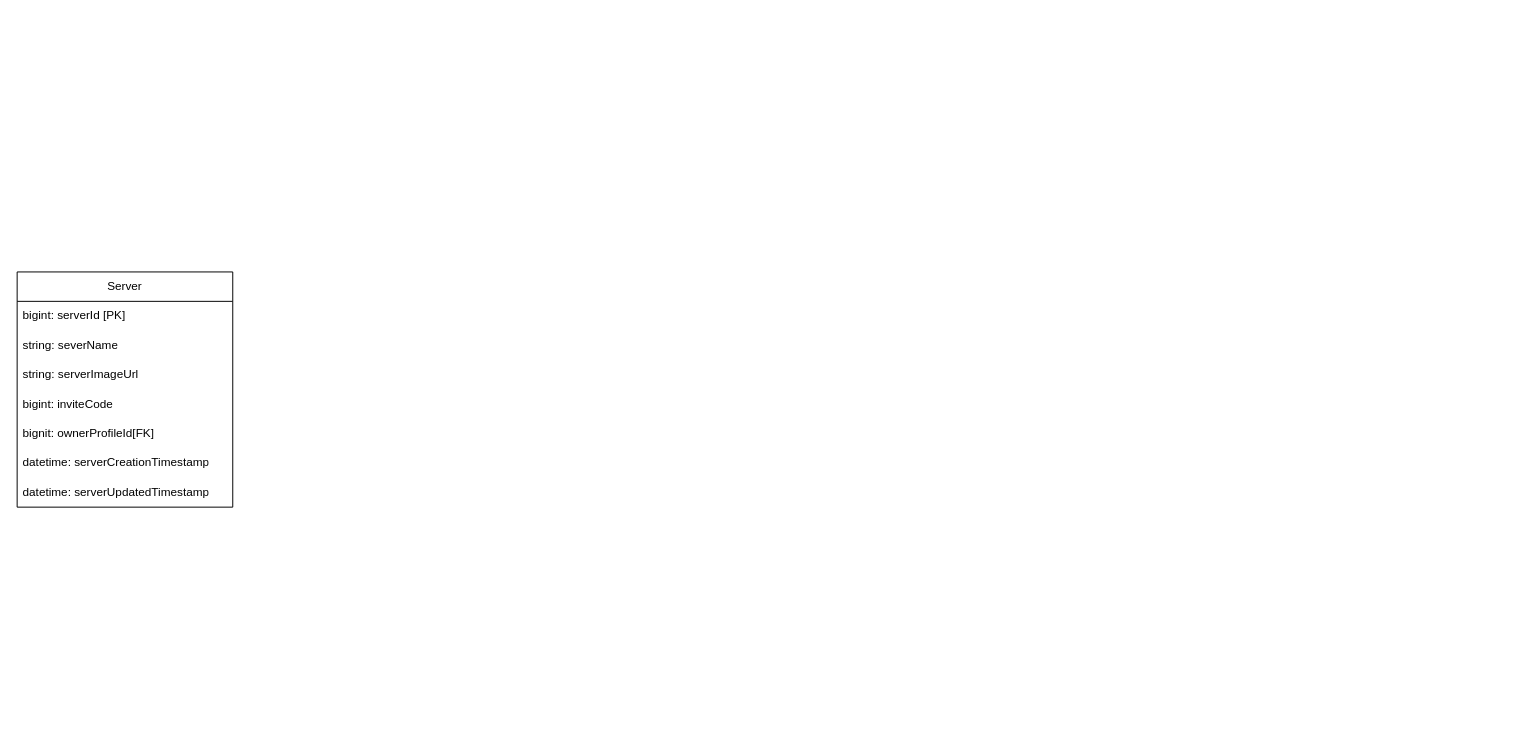
This is ER Diagram.drawio from Harshul1484/BMP-, a draw.io file, before an edit. Source tidied: cells renumbered, new cells numbered last; positions are measured from the earlier drawing's top-left corner, leaving out a move shared by most shapes. Both pictures are drawn from the tidied source at 98%, with x=0, y=0 at pixel (17, 271).
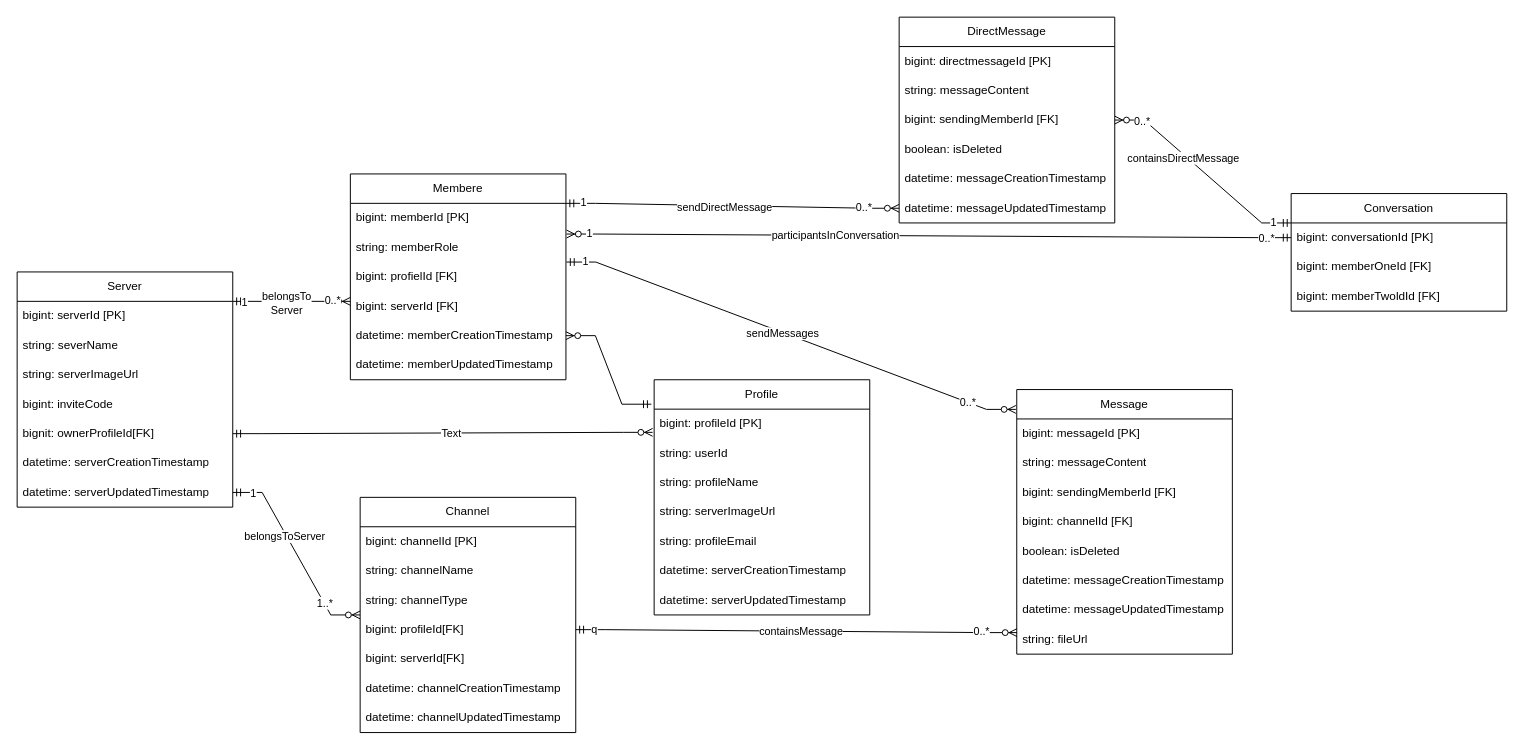
Above is the later version.

Unchanged cells that the change refers to:
```xml
<mxCell id="7" value="bignit: ownerProfileId[FK]" style="text;strokeColor=none;fillColor=none;align=left;verticalAlign=middle;spacingLeft=4;spacingRight=4;overflow=hidden;points=[[0,0.5],[1,0.5]];portConstraint=eastwest;whiteSpace=wrap;html=1;" parent="2" vertex="1">
  <mxGeometry y="150" width="220" height="30" as="geometry" />
</mxCell>
<mxCell id="9" value="datetime: serverUpdatedTimestamp" style="text;strokeColor=none;fillColor=none;align=left;verticalAlign=middle;spacingLeft=4;spacingRight=4;overflow=hidden;points=[[0,0.5],[1,0.5]];portConstraint=eastwest;whiteSpace=wrap;html=1;" parent="2" vertex="1">
  <mxGeometry y="210" width="220" height="30" as="geometry" />
</mxCell>
```

Change to the diagram source:
```diff
@@
+    <mxCell id="10" value="Profile" style="swimlane;fontStyle=0;horizontal=1;startSize=30;whiteSpace=wrap;html=1;" parent="1" vertex="1">
+      <mxGeometry x="650" y="110" width="220" height="240" as="geometry" />
+    </mxCell>
+    <mxCell id="11" value="bigint: profileId [PK]" style="text;strokeColor=none;fillColor=none;align=left;verticalAlign=middle;spacingLeft=4;spacingRight=4;overflow=hidden;points=[[0,0.5],[1,0.5]];portConstraint=eastwest;whiteSpace=wrap;html=1;" parent="10" vertex="1">
+      <mxGeometry y="30" width="220" height="30" as="geometry" />
+    </mxCell>
+    <mxCell id="12" value="string: userId" style="text;strokeColor=none;fillColor=none;align=left;verticalAlign=middle;spacingLeft=4;spacingRight=4;overflow=hidden;whiteSpace=wrap;html=1;" parent="10" vertex="1">
+      <mxGeometry y="60" width="220" height="30" as="geometry" />
+    </mxCell>
+    <mxCell id="13" value="string: profileName" style="text;strokeColor=none;fillColor=none;align=left;verticalAlign=middle;spacingLeft=4;spacingRight=4;overflow=hidden;whiteSpace=wrap;html=1;" parent="10" vertex="1">
+      <mxGeometry y="90" width="220" height="30" as="geometry" />
+    </mxCell>
+    <mxCell id="14" value="string: serverImageUrl" style="text;strokeColor=none;fillColor=none;align=left;verticalAlign=middle;spacingLeft=4;spacingRight=4;overflow=hidden;whiteSpace=wrap;html=1;" parent="10" vertex="1">
+      <mxGeometry y="120" width="220" height="30" as="geometry" />
+    </mxCell>
+    <mxCell id="15" value="string: profileEmail" style="text;strokeColor=none;fillColor=none;align=left;verticalAlign=middle;spacingLeft=4;spacingRight=4;overflow=hidden;whiteSpace=wrap;html=1;" parent="10" vertex="1">
+      <mxGeometry y="150" width="220" height="30" as="geometry" />
+    </mxCell>
+    <mxCell id="16" value="datetime: serverCreationTimestamp" style="text;strokeColor=none;fillColor=none;align=left;verticalAlign=middle;spacingLeft=4;spacingRight=4;overflow=hidden;whiteSpace=wrap;html=1;" parent="10" vertex="1">
+      <mxGeometry y="180" width="220" height="30" as="geometry" />
+    </mxCell>
+    <mxCell id="17" value="datetime: serverUpdatedTimestamp" style="text;strokeColor=none;fillColor=none;align=left;verticalAlign=middle;spacingLeft=4;spacingRight=4;overflow=hidden;whiteSpace=wrap;html=1;" parent="10" vertex="1">
+      <mxGeometry y="210" width="220" height="30" as="geometry" />
+    </mxCell>
+    <mxCell id="18" value="Channel" style="swimlane;fontStyle=0;horizontal=1;startSize=30;whiteSpace=wrap;html=1;" parent="1" vertex="1">
+      <mxGeometry x="350" y="230" width="220" height="240" as="geometry" />
+    </mxCell>
+    <mxCell id="19" value="bigint: channelId [PK]" style="text;strokeColor=none;fillColor=none;align=left;verticalAlign=middle;spacingLeft=4;spacingRight=4;overflow=hidden;whiteSpace=wrap;html=1;" parent="18" vertex="1">
+      <mxGeometry y="30" width="220" height="30" as="geometry" />
+    </mxCell>
+    <mxCell id="20" value="string: channelName" style="text;strokeColor=none;fillColor=none;align=left;verticalAlign=middle;spacingLeft=4;spacingRight=4;overflow=hidden;whiteSpace=wrap;html=1;" parent="18" vertex="1">
+      <mxGeometry y="60" width="220" height="30" as="geometry" />
+    </mxCell>
+    <mxCell id="21" value="string: channelType" style="text;strokeColor=none;fillColor=none;align=left;verticalAlign=middle;spacingLeft=4;spacingRight=4;overflow=hidden;whiteSpace=wrap;html=1;" parent="18" vertex="1">
+      <mxGeometry y="90" width="220" height="30" as="geometry" />
+    </mxCell>
+    <mxCell id="22" value="bigint: profileId[FK]" style="text;strokeColor=none;fillColor=none;align=left;verticalAlign=middle;spacingLeft=4;spacingRight=4;overflow=hidden;points=[[0,0.5],[1,0.5]];portConstraint=eastwest;whiteSpace=wrap;html=1;" parent="18" vertex="1">
+      <mxGeometry y="120" width="220" height="30" as="geometry" />
+    </mxCell>
+    <mxCell id="23" value="bigint: serverId[FK]" style="text;strokeColor=none;fillColor=none;align=left;verticalAlign=middle;spacingLeft=4;spacingRight=4;overflow=hidden;whiteSpace=wrap;html=1;" parent="18" vertex="1">
+      <mxGeometry y="150" width="220" height="30" as="geometry" />
+    </mxCell>
+    <mxCell id="24" value="datetime: channelCreationTimestamp" style="text;strokeColor=none;fillColor=none;align=left;verticalAlign=middle;spacingLeft=4;spacingRight=4;overflow=hidden;whiteSpace=wrap;html=1;" parent="18" vertex="1">
+      <mxGeometry y="180" width="220" height="30" as="geometry" />
+    </mxCell>
+    <mxCell id="25" value="datetime: channelUpdatedTimestamp" style="text;strokeColor=none;fillColor=none;align=left;verticalAlign=middle;spacingLeft=4;spacingRight=4;overflow=hidden;whiteSpace=wrap;html=1;" parent="18" vertex="1">
+      <mxGeometry y="210" width="220" height="30" as="geometry" />
+    </mxCell>
+    <mxCell id="26" value="Membere" style="swimlane;fontStyle=0;horizontal=1;startSize=30;whiteSpace=wrap;html=1;" parent="1" vertex="1">
+      <mxGeometry x="340" y="-100" width="220" height="210" as="geometry" />
+    </mxCell>
+    <mxCell id="27" value="bigint: memberId [PK]" style="text;strokeColor=none;fillColor=none;align=left;verticalAlign=middle;spacingLeft=4;spacingRight=4;overflow=hidden;whiteSpace=wrap;html=1;" parent="26" vertex="1">
+      <mxGeometry y="30" width="220" height="30" as="geometry" />
+    </mxCell>
+    <mxCell id="28" value="string: memberRole" style="text;strokeColor=none;fillColor=none;align=left;verticalAlign=middle;spacingLeft=4;spacingRight=4;overflow=hidden;points=[[0,0.5],[1,0.5]];portConstraint=eastwest;whiteSpace=wrap;html=1;" parent="26" vertex="1">
+      <mxGeometry y="60" width="220" height="30" as="geometry" />
+    </mxCell>
+    <mxCell id="29" value="bigint: profielId [FK]" style="text;strokeColor=none;fillColor=none;align=left;verticalAlign=middle;spacingLeft=4;spacingRight=4;overflow=hidden;points=[[0,0.5],[1,0.5]];portConstraint=eastwest;whiteSpace=wrap;html=1;" parent="26" vertex="1">
+      <mxGeometry y="90" width="220" height="30" as="geometry" />
+    </mxCell>
+    <mxCell id="30" value="bigint: serverId [FK]" style="text;strokeColor=none;fillColor=none;align=left;verticalAlign=middle;spacingLeft=4;spacingRight=4;overflow=hidden;whiteSpace=wrap;html=1;" parent="26" vertex="1">
+      <mxGeometry y="120" width="220" height="30" as="geometry" />
+    </mxCell>
+    <mxCell id="31" value="datetime: memberCreationTimestamp" style="text;strokeColor=none;fillColor=none;align=left;verticalAlign=middle;spacingLeft=4;spacingRight=4;overflow=hidden;points=[[0,0.5],[1,0.5]];portConstraint=eastwest;whiteSpace=wrap;html=1;" parent="26" vertex="1">
+      <mxGeometry y="150" width="220" height="30" as="geometry" />
+    </mxCell>
+    <mxCell id="32" value="datetime: memberUpdatedTimestamp" style="text;strokeColor=none;fillColor=none;align=left;verticalAlign=middle;spacingLeft=4;spacingRight=4;overflow=hidden;whiteSpace=wrap;html=1;" parent="26" vertex="1">
+      <mxGeometry y="180" width="220" height="30" as="geometry" />
+    </mxCell>
+    <mxCell id="33" value="Message" style="swimlane;fontStyle=0;horizontal=1;startSize=30;whiteSpace=wrap;html=1;" parent="1" vertex="1">
+      <mxGeometry x="1020" y="120" width="220" height="270" as="geometry" />
+    </mxCell>
+    <mxCell id="34" value="bigint: messageId [PK]" style="text;strokeColor=none;fillColor=none;align=left;verticalAlign=middle;spacingLeft=4;spacingRight=4;overflow=hidden;whiteSpace=wrap;html=1;" parent="33" vertex="1">
+      <mxGeometry y="30" width="220" height="30" as="geometry" />
+    </mxCell>
+    <mxCell id="35" value="string: messageContent" style="text;strokeColor=none;fillColor=none;align=left;verticalAlign=middle;spacingLeft=4;spacingRight=4;overflow=hidden;whiteSpace=wrap;html=1;" parent="33" vertex="1">
+      <mxGeometry y="60" width="220" height="30" as="geometry" />
+    </mxCell>
+    <mxCell id="36" value="bigint: sendingMemberId [FK]" style="text;strokeColor=none;fillColor=none;align=left;verticalAlign=middle;spacingLeft=4;spacingRight=4;overflow=hidden;whiteSpace=wrap;html=1;" parent="33" vertex="1">
+      <mxGeometry y="90" width="220" height="30" as="geometry" />
+    </mxCell>
+    <mxCell id="37" value="bigint: channelId [FK]" style="text;strokeColor=none;fillColor=none;align=left;verticalAlign=middle;spacingLeft=4;spacingRight=4;overflow=hidden;whiteSpace=wrap;html=1;" parent="33" vertex="1">
+      <mxGeometry y="120" width="220" height="30" as="geometry" />
+    </mxCell>
+    <mxCell id="38" value="boolean: isDeleted" style="text;strokeColor=none;fillColor=none;align=left;verticalAlign=middle;spacingLeft=4;spacingRight=4;overflow=hidden;whiteSpace=wrap;html=1;" parent="33" vertex="1">
+      <mxGeometry y="150" width="220" height="30" as="geometry" />
+    </mxCell>
+    <mxCell id="39" value="datetime: messageCreationTimestamp" style="text;strokeColor=none;fillColor=none;align=left;verticalAlign=middle;spacingLeft=4;spacingRight=4;overflow=hidden;whiteSpace=wrap;html=1;" parent="33" vertex="1">
+      <mxGeometry y="180" width="220" height="30" as="geometry" />
+    </mxCell>
+    <mxCell id="40" value="datetime: messageUpdatedTimestamp" style="text;strokeColor=none;fillColor=none;align=left;verticalAlign=middle;spacingLeft=4;spacingRight=4;overflow=hidden;whiteSpace=wrap;html=1;" parent="33" vertex="1">
+      <mxGeometry y="210" width="220" height="30" as="geometry" />
+    </mxCell>
+    <mxCell id="41" value="string: fileUrl" style="text;strokeColor=none;fillColor=none;align=left;verticalAlign=middle;spacingLeft=4;spacingRight=4;overflow=hidden;points=[[0,0.5],[1,0.5]];portConstraint=eastwest;whiteSpace=wrap;html=1;" parent="33" vertex="1">
+      <mxGeometry y="240" width="220" height="30" as="geometry" />
+    </mxCell>
+    <mxCell id="42" value="Conversation" style="swimlane;fontStyle=0;horizontal=1;startSize=30;whiteSpace=wrap;html=1;" parent="1" vertex="1">
+      <mxGeometry x="1300" y="-80" width="220" height="120" as="geometry" />
+    </mxCell>
+    <mxCell id="43" value="bigint: conversationId [PK]" style="text;strokeColor=none;fillColor=none;align=left;verticalAlign=middle;spacingLeft=4;spacingRight=4;overflow=hidden;points=[[0,0.5],[1,0.5]];portConstraint=eastwest;whiteSpace=wrap;html=1;" parent="42" vertex="1">
+      <mxGeometry y="30" width="220" height="30" as="geometry" />
+    </mxCell>
+    <mxCell id="44" value="bigint: memberOneId [FK]" style="text;strokeColor=none;fillColor=none;align=left;verticalAlign=middle;spacingLeft=4;spacingRight=4;overflow=hidden;whiteSpace=wrap;html=1;" parent="42" vertex="1">
+      <mxGeometry y="60" width="220" height="30" as="geometry" />
+    </mxCell>
+    <mxCell id="45" value="bigint: memberTwoldId [FK]" style="text;strokeColor=none;fillColor=none;align=left;verticalAlign=middle;spacingLeft=4;spacingRight=4;overflow=hidden;whiteSpace=wrap;html=1;" parent="42" vertex="1">
+      <mxGeometry y="90" width="220" height="30" as="geometry" />
+    </mxCell>
+    <mxCell id="46" style="edgeStyle=entityRelationEdgeStyle;fontSize=12;html=1;endArrow=ERzeroToMany;startArrow=ERmandOne;rounded=0;entryX=0.001;entryY=0.267;entryDx=0;entryDy=0;entryPerimeter=0;exitX=1;exitY=0.5;exitDx=0;exitDy=0;" parent="1" edge="1" source="22" target="41">
+      <mxGeometry relative="1" as="geometry">
+        <Array as="points">
+          <mxPoint x="570" y="450" />
+          <mxPoint x="580" y="490" />
+        </Array>
+      </mxGeometry>
+    </mxCell>
+    <mxCell id="47" value="containsMessage" style="edgeLabel;html=1;align=center;verticalAlign=middle;" parent="46" vertex="1">
+      <mxGeometry x="0.02" relative="1" as="geometry" />
+    </mxCell>
+    <mxCell id="48" value="q" style="edgeLabel;html=1;align=center;verticalAlign=middle;" parent="46" vertex="1">
+      <mxGeometry x="-0.92" y="1" relative="1" as="geometry" />
+    </mxCell>
+    <mxCell id="49" value="0..*" style="edgeLabel;html=1;align=center;verticalAlign=middle;" parent="46" vertex="1">
+      <mxGeometry x="0.84" y="1" relative="1" as="geometry" />
+    </mxCell>
+    <mxCell id="50" style="edgeStyle=entityRelationEdgeStyle;fontSize=12;html=1;endArrow=ERzeroToMany;startArrow=ERmandOne;rounded=0;exitX=1;exitY=0.5;exitDx=0;exitDy=0;" parent="1" edge="1" source="9">
+      <mxGeometry relative="1" as="geometry">
+        <mxPoint x="350" y="350" as="targetPoint" />
+        <Array as="points">
+          <mxPoint x="250" y="260" />
+          <mxPoint x="260" y="300" />
+        </Array>
+      </mxGeometry>
+    </mxCell>
+    <mxCell id="51" value="belongsToServer" style="edgeLabel;html=1;align=center;verticalAlign=middle;" parent="50" vertex="1">
+      <mxGeometry x="-0.21" y="-2" relative="1" as="geometry" />
+    </mxCell>
+    <mxCell id="52" value="1..*" style="edgeLabel;html=1;align=center;verticalAlign=middle;" parent="50" vertex="1">
+      <mxGeometry x="0.56" relative="1" as="geometry" />
+    </mxCell>
+    <mxCell id="53" value="1" style="edgeLabel;html=1;align=center;verticalAlign=middle;" parent="50" vertex="1">
+      <mxGeometry x="-0.8" relative="1" as="geometry" />
+    </mxCell>
+    <mxCell id="54" style="edgeStyle=entityRelationEdgeStyle;fontSize=12;html=1;endArrow=ERzeroToMany;startArrow=ERmandOne;rounded=0;" parent="1" edge="1">
+      <mxGeometry relative="1" as="geometry">
+        <mxPoint x="220" y="30" as="sourcePoint" />
+        <mxPoint x="340" y="30" as="targetPoint" />
+        <Array as="points">
+          <mxPoint x="250" y="60" />
+          <mxPoint x="290" y="-70" />
+          <mxPoint x="260" y="100" />
+        </Array>
+      </mxGeometry>
+    </mxCell>
+    <mxCell id="55" value="belongsTo&lt;div&gt;Server&lt;/div&gt;" style="edgeLabel;html=1;align=center;verticalAlign=middle;" parent="54" vertex="1">
+      <mxGeometry x="-0.1" y="-1" relative="1" as="geometry" />
+    </mxCell>
+    <mxCell id="56" value="1" style="edgeLabel;html=1;align=center;verticalAlign=middle;" parent="54" vertex="1">
+      <mxGeometry x="-0.81" relative="1" as="geometry" />
+    </mxCell>
+    <mxCell id="57" value="0..*" style="edgeLabel;html=1;align=center;verticalAlign=middle;" parent="54" vertex="1">
+      <mxGeometry x="0.69" y="2" relative="1" as="geometry" />
+    </mxCell>
+    <mxCell id="58" style="edgeStyle=entityRelationEdgeStyle;fontSize=12;html=1;endArrow=ERzeroToMany;startArrow=ERmandOne;rounded=0;entryX=-0.007;entryY=0.789;entryDx=0;entryDy=0;entryPerimeter=0;exitX=1;exitY=0.5;exitDx=0;exitDy=0;" parent="1" edge="1" source="7" target="11">
+      <mxGeometry relative="1" as="geometry">
+        <Array as="points">
+          <mxPoint x="270" y="174" />
+          <mxPoint x="250" y="194" />
+          <mxPoint x="400" y="264" />
+          <mxPoint x="400" y="264" />
+          <mxPoint x="390" y="284" />
+          <mxPoint x="260" y="234" />
+        </Array>
+      </mxGeometry>
+    </mxCell>
+    <mxCell id="59" value="Text" style="edgeLabel;html=1;align=center;verticalAlign=middle;" parent="58" vertex="1">
+      <mxGeometry x="0.04" relative="1" as="geometry" />
+    </mxCell>
+    <mxCell id="60" style="edgeStyle=entityRelationEdgeStyle;fontSize=12;html=1;endArrow=ERzeroToMany;startArrow=ERmandOne;rounded=0;entryX=-0.004;entryY=0.075;entryDx=0;entryDy=0;entryPerimeter=0;exitX=1.002;exitY=-0.003;exitDx=0;exitDy=0;exitPerimeter=0;" parent="1" edge="1" source="29" target="33">
+      <mxGeometry relative="1" as="geometry">
+        <Array as="points">
+          <mxPoint x="900" y="110" />
+          <mxPoint x="910" y="150" />
+          <mxPoint x="990" y="180" />
+        </Array>
+      </mxGeometry>
+    </mxCell>
+    <mxCell id="61" value="1" style="edgeLabel;html=1;align=center;verticalAlign=middle;" parent="60" vertex="1">
+      <mxGeometry x="-0.92" y="1" relative="1" as="geometry" />
+    </mxCell>
+    <mxCell id="62" value="sendMessages" style="edgeLabel;html=1;align=center;verticalAlign=middle;" parent="60" vertex="1">
+      <mxGeometry x="-0.04" y="-1" relative="1" as="geometry" />
+    </mxCell>
+    <mxCell id="63" value="0..*" style="edgeLabel;html=1;align=center;verticalAlign=middle;" parent="60" vertex="1">
+      <mxGeometry x="0.79" relative="1" as="geometry" />
+    </mxCell>
+    <mxCell id="64" style="edgeStyle=entityRelationEdgeStyle;fontSize=12;html=1;endArrow=ERzeroToMany;startArrow=ERmandOne;rounded=0;entryX=1;entryY=0.5;entryDx=0;entryDy=0;exitX=-0.013;exitY=0.104;exitDx=0;exitDy=0;exitPerimeter=0;" parent="1" edge="1" source="10" target="31">
+      <mxGeometry relative="1" as="geometry">
+        <Array as="points">
+          <mxPoint x="490" y="120" />
+          <mxPoint x="-170" y="-230" />
+          <mxPoint x="500" y="160" />
+        </Array>
+      </mxGeometry>
+    </mxCell>
+    <mxCell id="65" style="edgeStyle=entityRelationEdgeStyle;fontSize=12;html=1;endArrow=ERzeroToMany;startArrow=ERmandOne;rounded=0;exitX=0;exitY=0.5;exitDx=0;exitDy=0;entryX=1.003;entryY=0.044;entryDx=0;entryDy=0;entryPerimeter=0;" parent="1" edge="1" source="43" target="28">
+      <mxGeometry relative="1" as="geometry">
+        <Array as="points">
+          <mxPoint x="560" y="45" />
+          <mxPoint x="920" y="30" />
+          <mxPoint x="1110" y="30" />
+          <mxPoint x="570" y="85" />
+        </Array>
+      </mxGeometry>
+    </mxCell>
+    <mxCell id="66" value="participantsInConversation" style="edgeLabel;html=1;align=center;verticalAlign=middle;" parent="65" vertex="1">
+      <mxGeometry x="0.26" relative="1" as="geometry" />
+    </mxCell>
+    <mxCell id="67" value="1" style="edgeLabel;html=1;align=center;verticalAlign=middle;" parent="65" vertex="1">
+      <mxGeometry x="0.94" y="-1" relative="1" as="geometry" />
+    </mxCell>
+    <mxCell id="68" value="0..*" style="edgeLabel;html=1;align=center;verticalAlign=middle;" parent="65" vertex="1">
+      <mxGeometry x="-0.93" relative="1" as="geometry" />
+    </mxCell>
+    <mxCell id="69" value="DirectMessage" style="swimlane;fontStyle=0;horizontal=1;startSize=30;whiteSpace=wrap;html=1;" parent="1" vertex="1">
+      <mxGeometry x="900" y="-260" width="220" height="210" as="geometry" />
+    </mxCell>
+    <mxCell id="70" value="bigint: directmessageId [PK]" style="text;strokeColor=none;fillColor=none;align=left;verticalAlign=middle;spacingLeft=4;spacingRight=4;overflow=hidden;whiteSpace=wrap;html=1;" parent="69" vertex="1">
+      <mxGeometry y="30" width="220" height="30" as="geometry" />
+    </mxCell>
+    <mxCell id="71" value="string: messageContent" style="text;strokeColor=none;fillColor=none;align=left;verticalAlign=middle;spacingLeft=4;spacingRight=4;overflow=hidden;whiteSpace=wrap;html=1;" parent="69" vertex="1">
+      <mxGeometry y="60" width="220" height="30" as="geometry" />
+    </mxCell>
+    <mxCell id="72" value="bigint: sendingMemberId [FK]" style="text;strokeColor=none;fillColor=none;align=left;verticalAlign=middle;spacingLeft=4;spacingRight=4;overflow=hidden;points=[[0,0.5],[1,0.5]];portConstraint=eastwest;whiteSpace=wrap;html=1;" parent="69" vertex="1">
+      <mxGeometry y="90" width="220" height="30" as="geometry" />
+    </mxCell>
+    <mxCell id="73" value="boolean: isDeleted" style="text;strokeColor=none;fillColor=none;align=left;verticalAlign=middle;spacingLeft=4;spacingRight=4;overflow=hidden;whiteSpace=wrap;html=1;" parent="69" vertex="1">
+      <mxGeometry y="120" width="220" height="30" as="geometry" />
+    </mxCell>
+    <mxCell id="74" value="datetime: messageCreationTimestamp" style="text;strokeColor=none;fillColor=none;align=left;verticalAlign=middle;spacingLeft=4;spacingRight=4;overflow=hidden;whiteSpace=wrap;html=1;" parent="69" vertex="1">
+      <mxGeometry y="150" width="220" height="30" as="geometry" />
+    </mxCell>
+    <mxCell id="75" value="datetime: messageUpdatedTimestamp" style="text;strokeColor=none;fillColor=none;align=left;verticalAlign=middle;spacingLeft=4;spacingRight=4;overflow=hidden;points=[[0,0.5],[1,0.5]];portConstraint=eastwest;whiteSpace=wrap;html=1;" parent="69" vertex="1">
+      <mxGeometry y="180" width="220" height="30" as="geometry" />
+    </mxCell>
+    <mxCell id="76" style="edgeStyle=entityRelationEdgeStyle;fontSize=12;html=1;endArrow=ERzeroToMany;startArrow=ERmandOne;rounded=0;exitX=0;exitY=0.25;exitDx=0;exitDy=0;entryX=1;entryY=0.5;entryDx=0;entryDy=0;" parent="1" edge="1" source="42" target="72">
+      <mxGeometry relative="1" as="geometry">
+        <Array as="points">
+          <mxPoint x="1190" y="-115" />
+          <mxPoint x="1200" y="-75" />
+        </Array>
+      </mxGeometry>
+    </mxCell>
+    <mxCell id="77" value="containsDirectMessage" style="edgeLabel;html=1;align=center;verticalAlign=middle;" parent="76" vertex="1">
+      <mxGeometry x="0.22" y="3" relative="1" as="geometry" />
+    </mxCell>
+    <mxCell id="78" value="0..*" style="edgeLabel;html=1;align=center;verticalAlign=middle;" parent="76" vertex="1">
+      <mxGeometry x="0.75" y="1" relative="1" as="geometry" />
+    </mxCell>
+    <mxCell id="79" value="1" style="edgeLabel;html=1;align=center;verticalAlign=middle;" parent="76" vertex="1">
+      <mxGeometry x="-0.83" y="-1" relative="1" as="geometry" />
+    </mxCell>
+    <mxCell id="80" style="edgeStyle=entityRelationEdgeStyle;fontSize=12;html=1;endArrow=ERzeroToMany;startArrow=ERmandOne;rounded=0;entryX=0;entryY=0.5;entryDx=0;entryDy=0;" parent="1" edge="1" target="75">
+      <mxGeometry relative="1" as="geometry">
+        <mxPoint x="560" y="-70" as="sourcePoint" />
+        <Array as="points">
+          <mxPoint x="560" y="-40" />
+          <mxPoint x="570" />
+        </Array>
+      </mxGeometry>
+    </mxCell>
+    <mxCell id="81" value="sendDirectMessage" style="edgeLabel;html=1;align=center;verticalAlign=middle;" parent="80" vertex="1">
+      <mxGeometry x="-0.05" y="-1" relative="1" as="geometry" />
+    </mxCell>
+    <mxCell id="82" value="1" style="edgeLabel;html=1;align=center;verticalAlign=middle;" parent="80" vertex="1">
+      <mxGeometry x="-0.9" y="2" relative="1" as="geometry" />
+    </mxCell>
+    <mxCell id="83" value="0..*" style="edgeLabel;html=1;align=center;verticalAlign=middle;" parent="80" vertex="1">
+      <mxGeometry x="0.79" y="1" relative="1" as="geometry" />
+    </mxCell>
```
